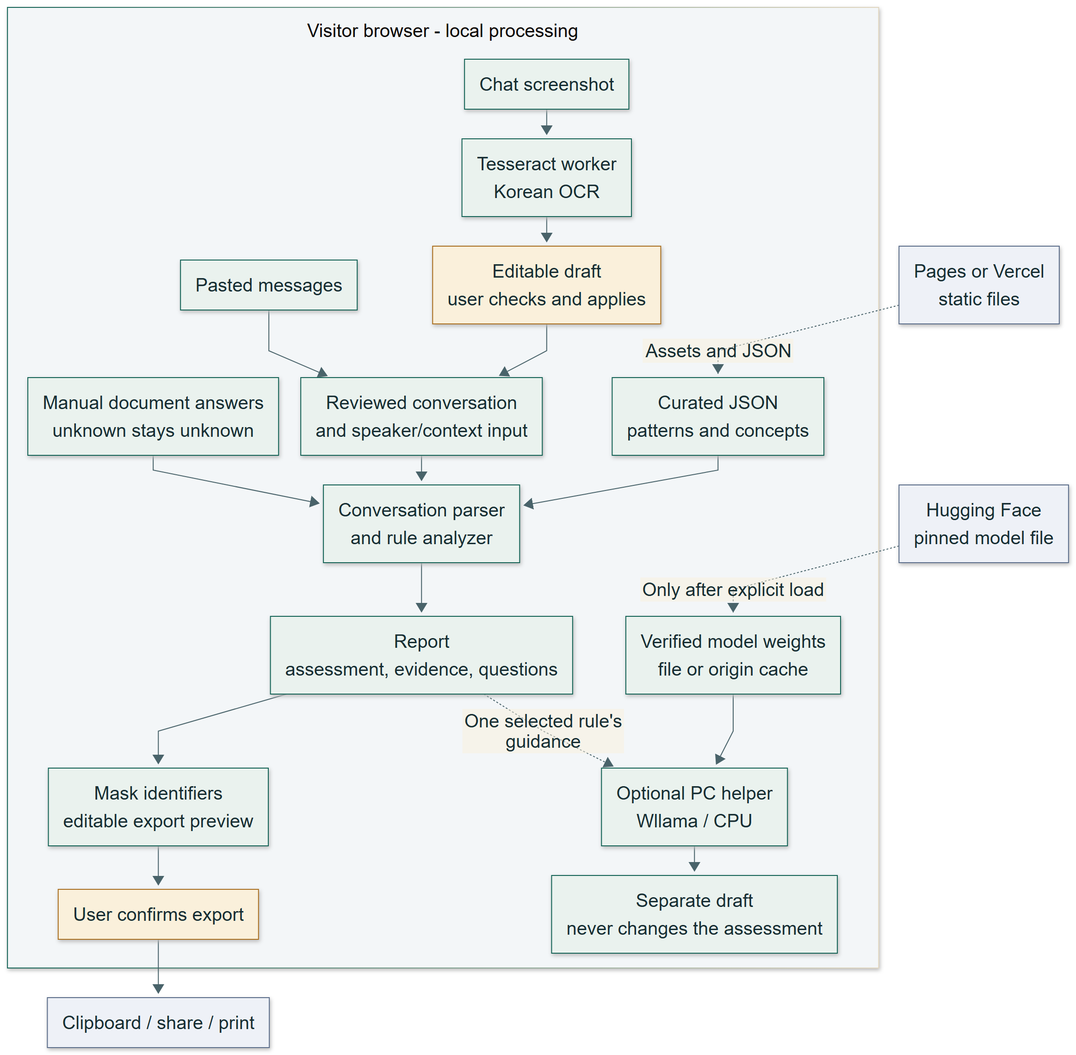
Before: assets/manual/diagrams/data-flow.png, a diagram exported from Mermaid (S0lluxx26/Project_web_student_support). Its source is kept beside it as docs/diagrams/data-flow.mmd. Source of this version:
```mermaid
flowchart TB
  subgraph Browser["Visitor browser - local processing"]
    direction TB
    Text["Pasted messages"] --> Reviewed["Reviewed conversation<br/>and speaker/context input"]
    Shot["Chat screenshot"] --> OCR["Tesseract worker<br/>Korean OCR"]
    OCR --> Review["Editable draft<br/>user checks and applies"]
    Review --> Reviewed
    Docs["Manual document answers<br/>unknown stays unknown"] --> Rules
    Reviewed --> Rules["Conversation parser<br/>and rule analyzer"]
    Data["Curated JSON<br/>patterns and concepts"] --> Rules
    Rules --> Report["Report<br/>assessment, evidence, questions"]
    Report --> Redact["Mask identifiers<br/>editable export preview"]
    Redact --> Confirm["User confirms export"]
    Report -.->|One selected rule's guidance| AI["Optional PC helper<br/>Wllama / CPU"]
    Weights["Verified model weights<br/>file or origin cache"] --> AI
    AI --> Draft["Separate draft<br/>never changes the assessment"]
  end
  Host["Pages or Vercel<br/>static files"] -.->|Assets and JSON| Data
  HF["Hugging Face<br/>pinned model file"] -.->|Only after explicit load| Weights
  Confirm --> Output["Clipboard / share / print"]
  classDef core fill:#eaf2ee,stroke:#146356,color:#182e33
  classDef human fill:#faf0db,stroke:#aa7021,color:#182e33
  classDef external fill:#eef1f7,stroke:#5b6d8a,color:#182e33
  class Text,Reviewed,Shot,OCR,Docs,Rules,Data,Report,Redact,AI,Weights,Draft core
  class Review,Confirm human
  class Host,HF,Output external
```
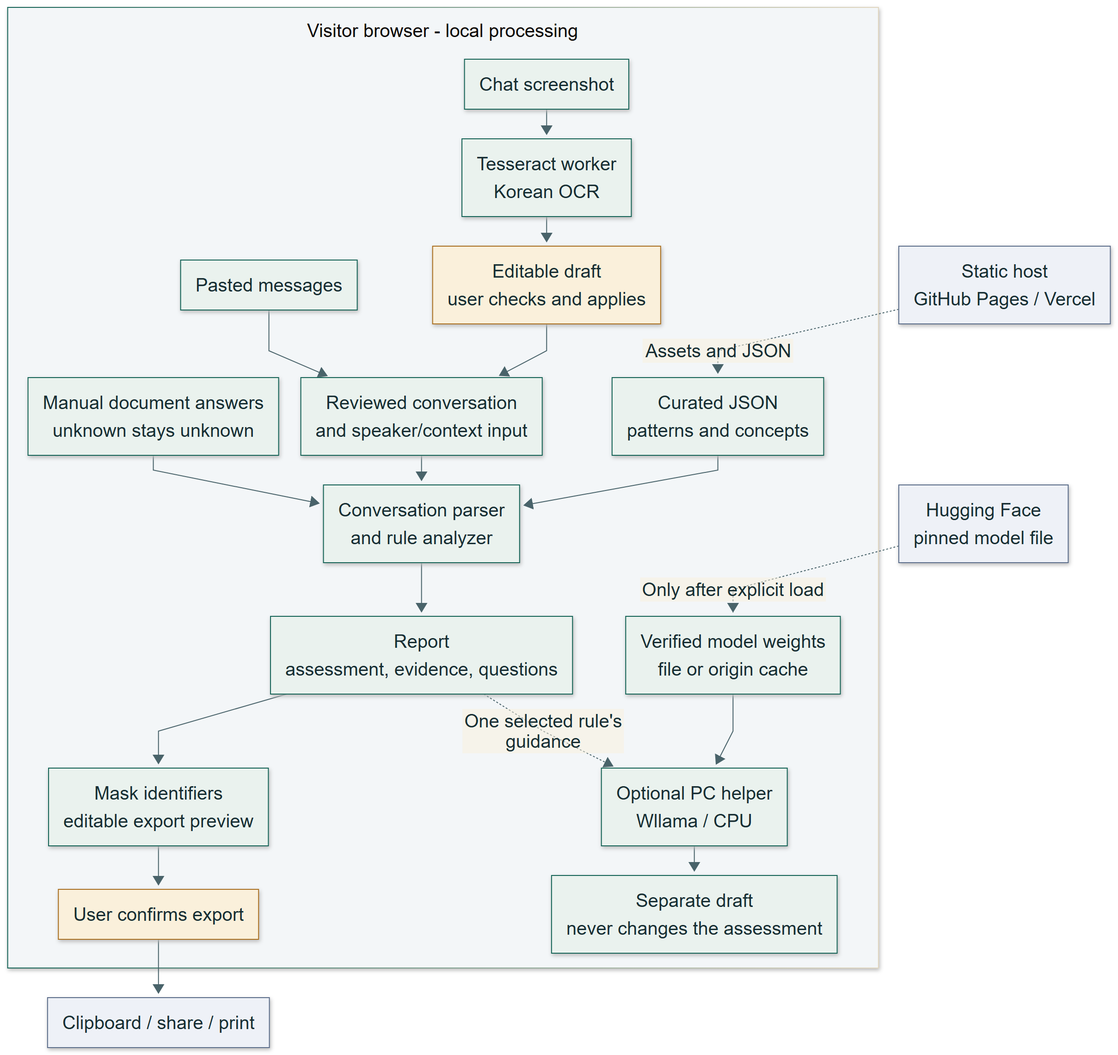
The same file after the commit.

Change to the diagram source:
```diff
@@ -15,7 +15,7 @@
     Weights["Verified model weights<br/>file or origin cache"] --> AI
     AI --> Draft["Separate draft<br/>never changes the assessment"]
   end
-  Host["Pages or Vercel<br/>static files"] -.->|Assets and JSON| Data
+  Host["Static host<br/>GitHub Pages / Vercel"] -.->|Assets and JSON| Data
   HF["Hugging Face<br/>pinned model file"] -.->|Only after explicit load| Weights
   Confirm --> Output["Clipboard / share / print"]
   classDef core fill:#eaf2ee,stroke:#146356,color:#182e33
```
